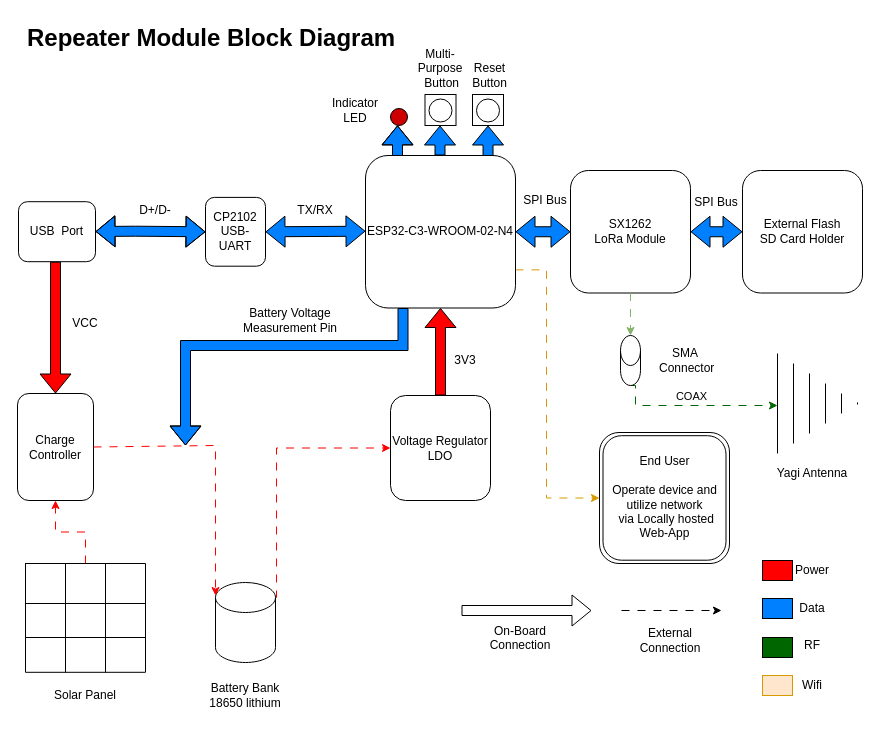
flora-comms/flora-hardware keeps this draw.io diagram as PCB References/RepeaterModuleBlock.drawio. Above is the earlier version. Source tidied: cells renumbered, new cells numbered last; positions are measured from the earlier drawing's top-left corner, leaving out a move shared by most shapes. Both pictures are drawn from the tidied source at 100%, with x=0, y=0 at pixel (17, 17).
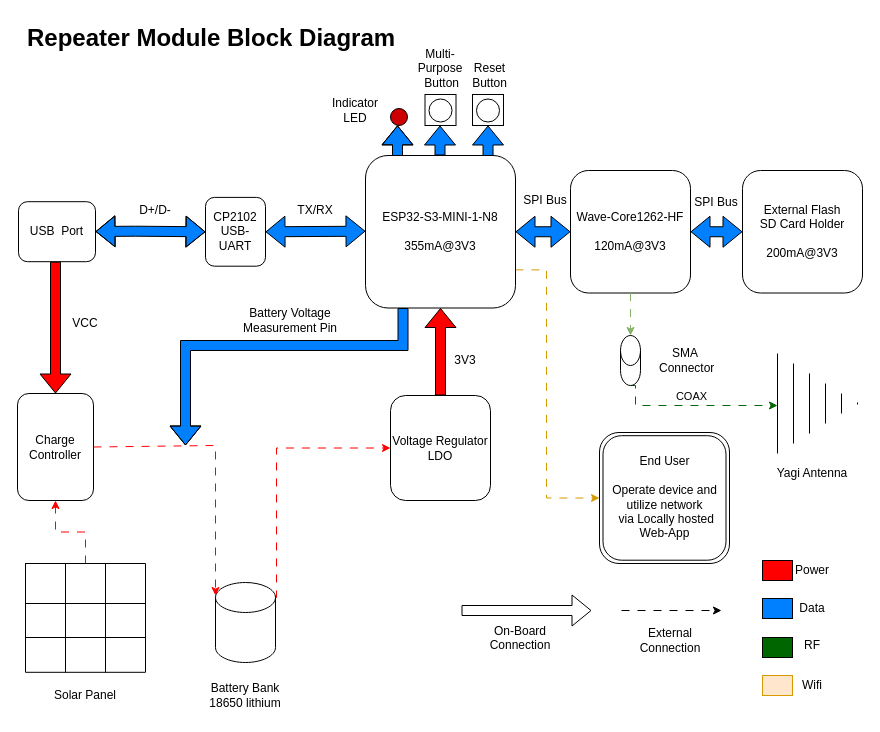
Above is the later version.

The edit, as a diff of the source:
```diff
@@
-    <mxCell id="8" value="ESP32-C3-WROOM-02-N4" style="rounded=1;whiteSpace=wrap;html=1;" parent="1" vertex="1">
+    <mxCell id="8" value="ESP32-S3-MINI-1-N8&lt;div&gt;&lt;br&gt;&lt;/div&gt;&lt;div&gt;355mA@3V3&lt;/div&gt;" style="rounded=1;whiteSpace=wrap;html=1;" parent="1" vertex="1">
       <mxGeometry x="348" y="138" width="150" height="152.5" as="geometry" />
     </mxCell>
-    <mxCell id="9" value="External Flash&lt;div&gt;SD Card Holder&lt;/div&gt;" style="rounded=1;whiteSpace=wrap;html=1;" parent="1" vertex="1">
+    <mxCell id="9" value="External Flash&lt;div&gt;SD Card Holder&lt;/div&gt;&lt;div&gt;&lt;br&gt;&lt;/div&gt;&lt;div&gt;200mA@3V3&lt;/div&gt;" style="rounded=1;whiteSpace=wrap;html=1;" parent="1" vertex="1">
       <mxGeometry x="725" y="153" width="120" height="122.5" as="geometry" />
     </mxCell>
-    <mxCell id="10" value="SX1262&lt;div&gt;LoRa Module&lt;/div&gt;" style="rounded=1;whiteSpace=wrap;html=1;" parent="1" vertex="1">
+    <mxCell id="10" value="Wave-Core1262-HF&lt;div&gt;&lt;br&gt;&lt;/div&gt;&lt;div&gt;120mA@3V3&lt;/div&gt;" style="rounded=1;whiteSpace=wrap;html=1;" parent="1" vertex="1">
       <mxGeometry x="553" y="153" width="120" height="122.5" as="geometry" />
     </mxCell>
```
